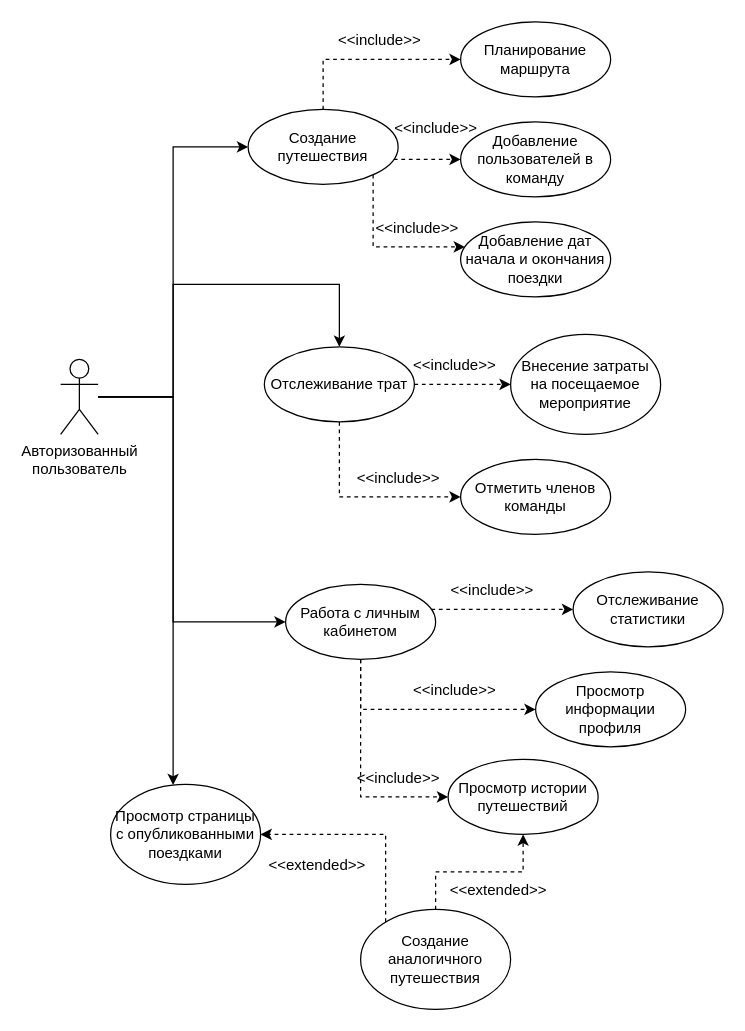
The draw.io diagram documentation/диаграммы/use case со стороны авторизованного пользователя.drawio in egoistique/TravelWithFriends, before the edit. Source tidied: cells renumbered, new cells numbered last; positions are measured from the earlier drawing's top-left corner, leaving out a move shared by most shapes. Both pictures are drawn from the tidied source at 125%, with x=0, y=0 at pixel (60, 21).
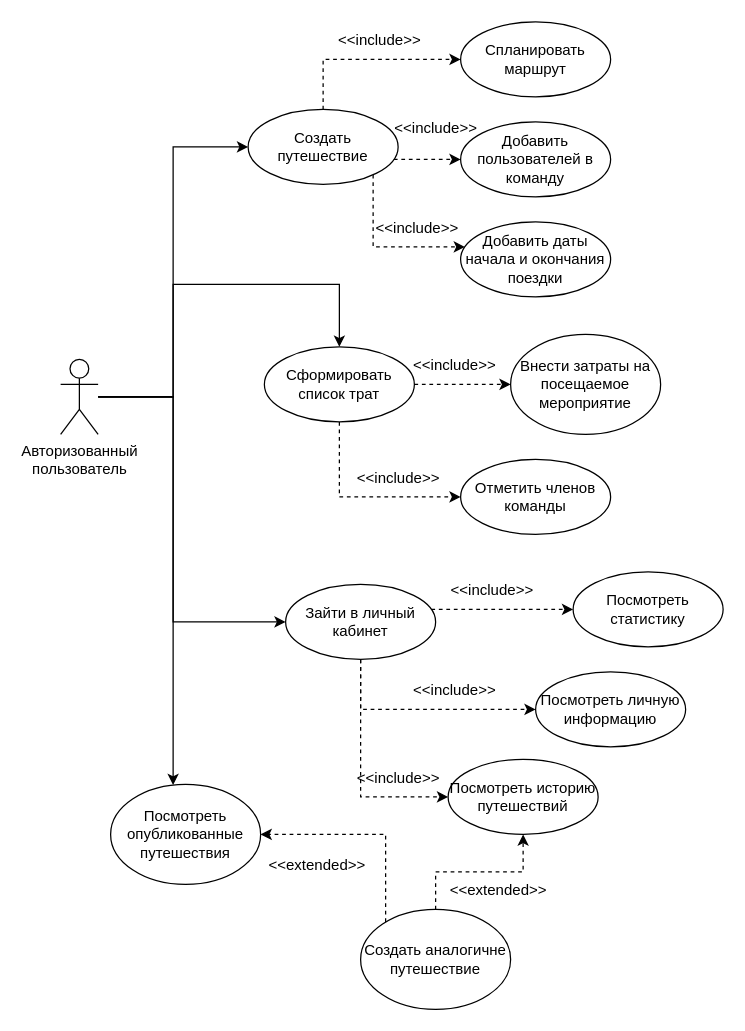
Above is the later version.

The edit, as a diff of the source:
```diff
@@
-    <mxCell id="5" value="Просмотр страницы с опубликованными поездками" style="ellipse;whiteSpace=wrap;html=1;" parent="1" vertex="1">
+    <mxCell id="5" value="Посмотреть опубликованные путешествия" style="ellipse;whiteSpace=wrap;html=1;" parent="1" vertex="1">
       <mxGeometry x="40" y="610" width="120" height="80" as="geometry" />
     </mxCell>
@@
-    <mxCell id="8" value="Отслеживание трат" style="ellipse;whiteSpace=wrap;html=1;" parent="1" vertex="1">
+    <mxCell id="8" value="Сформировать список трат" style="ellipse;whiteSpace=wrap;html=1;" parent="1" vertex="1">
       <mxGeometry x="163" y="260" width="120" height="60" as="geometry" />
     </mxCell>
@@
-    <mxCell id="12" value="Создание путешествия" style="ellipse;whiteSpace=wrap;html=1;" parent="1" vertex="1">
+    <mxCell id="12" value="Создать путешествие" style="ellipse;whiteSpace=wrap;html=1;" parent="1" vertex="1">
       <mxGeometry x="150" y="70" width="120" height="60" as="geometry" />
     </mxCell>
@@
-    <mxCell id="15" value="Добавление дат начала и окончания поездки" style="ellipse;whiteSpace=wrap;html=1;" parent="1" vertex="1">
+    <mxCell id="15" value="Добавить даты начала и окончания поездки" style="ellipse;whiteSpace=wrap;html=1;" parent="1" vertex="1">
       <mxGeometry x="320" y="160" width="120" height="60" as="geometry" />
     </mxCell>
-    <mxCell id="16" value="Добавление пользователей в команду" style="ellipse;whiteSpace=wrap;html=1;" parent="1" vertex="1">
+    <mxCell id="16" value="Добавить пользователей в команду" style="ellipse;whiteSpace=wrap;html=1;" parent="1" vertex="1">
       <mxGeometry x="320" y="80" width="120" height="60" as="geometry" />
     </mxCell>
-    <mxCell id="17" value="Планирование маршрута" style="ellipse;whiteSpace=wrap;html=1;" parent="1" vertex="1">
+    <mxCell id="17" value="Спланировать маршрут" style="ellipse;whiteSpace=wrap;html=1;" parent="1" vertex="1">
       <mxGeometry x="320" width="120" height="60" as="geometry" />
     </mxCell>
@@
-    <mxCell id="20" value="Создание аналогичного путешествия" style="ellipse;whiteSpace=wrap;html=1;" parent="1" vertex="1">
+    <mxCell id="20" value="Создать аналогичне путешествие" style="ellipse;whiteSpace=wrap;html=1;" parent="1" vertex="1">
       <mxGeometry x="240" y="710" width="120" height="80" as="geometry" />
     </mxCell>
@@
-    <mxCell id="24" value="Работа с личным кабинетом" style="ellipse;whiteSpace=wrap;html=1;" parent="1" vertex="1">
+    <mxCell id="24" value="Зайти в личный кабинет" style="ellipse;whiteSpace=wrap;html=1;" parent="1" vertex="1">
       <mxGeometry x="180" y="450" width="120" height="60" as="geometry" />
     </mxCell>
-    <mxCell id="25" value="Внесение затраты на посещаемое мероприятие" style="ellipse;whiteSpace=wrap;html=1;" parent="1" vertex="1">
+    <mxCell id="25" value="Внести затраты на посещаемое мероприятие" style="ellipse;whiteSpace=wrap;html=1;" parent="1" vertex="1">
       <mxGeometry x="360" y="250" width="120" height="80" as="geometry" />
     </mxCell>
@@
-    <mxCell id="27" value="Просмотр истории путешествий" style="ellipse;whiteSpace=wrap;html=1;" parent="1" vertex="1">
+    <mxCell id="27" value="Посмотреть историю путешествий" style="ellipse;whiteSpace=wrap;html=1;" parent="1" vertex="1">
       <mxGeometry x="310" y="590" width="120" height="60" as="geometry" />
     </mxCell>
-    <mxCell id="28" value="Отслеживание статистики" style="ellipse;whiteSpace=wrap;html=1;" parent="1" vertex="1">
+    <mxCell id="28" value="Посмотреть статистику" style="ellipse;whiteSpace=wrap;html=1;" parent="1" vertex="1">
       <mxGeometry x="410" y="440" width="120" height="60" as="geometry" />
     </mxCell>
-    <mxCell id="29" value="Просмотр информации профиля" style="ellipse;whiteSpace=wrap;html=1;" parent="1" vertex="1">
+    <mxCell id="29" value="Посмотреть личную информацию" style="ellipse;whiteSpace=wrap;html=1;" parent="1" vertex="1">
       <mxGeometry x="380" y="520" width="120" height="60" as="geometry" />
     </mxCell>
```
